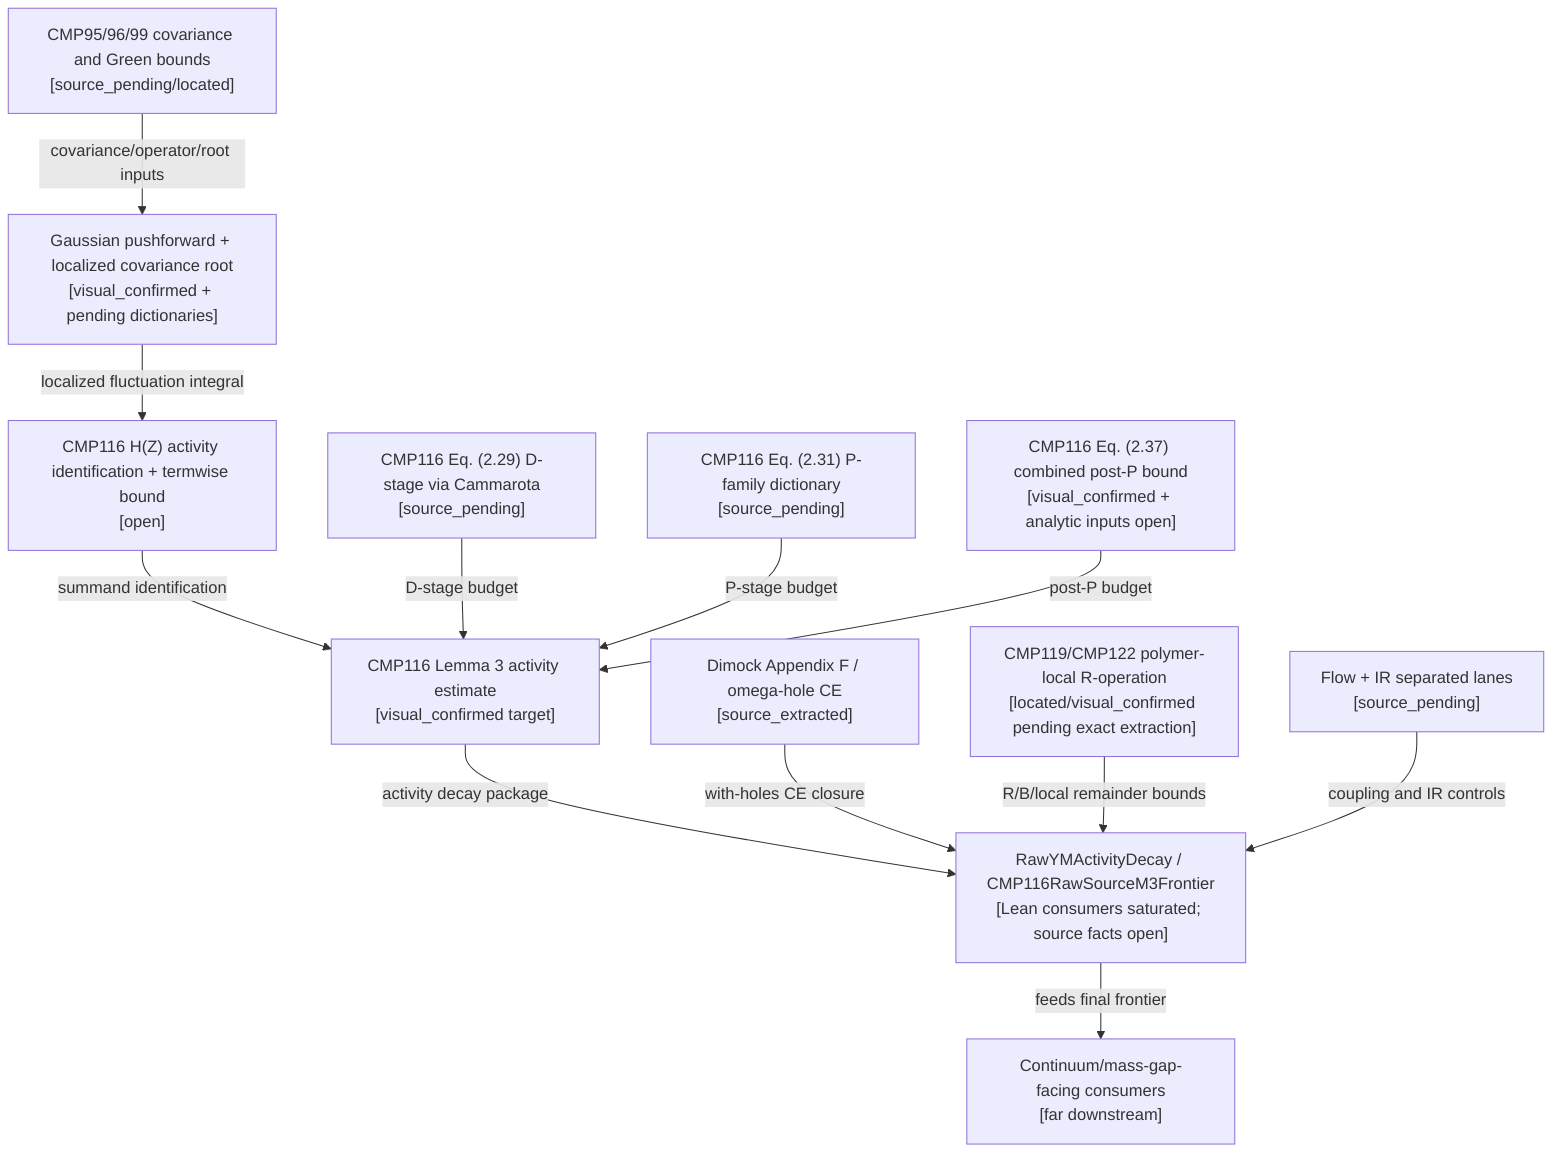
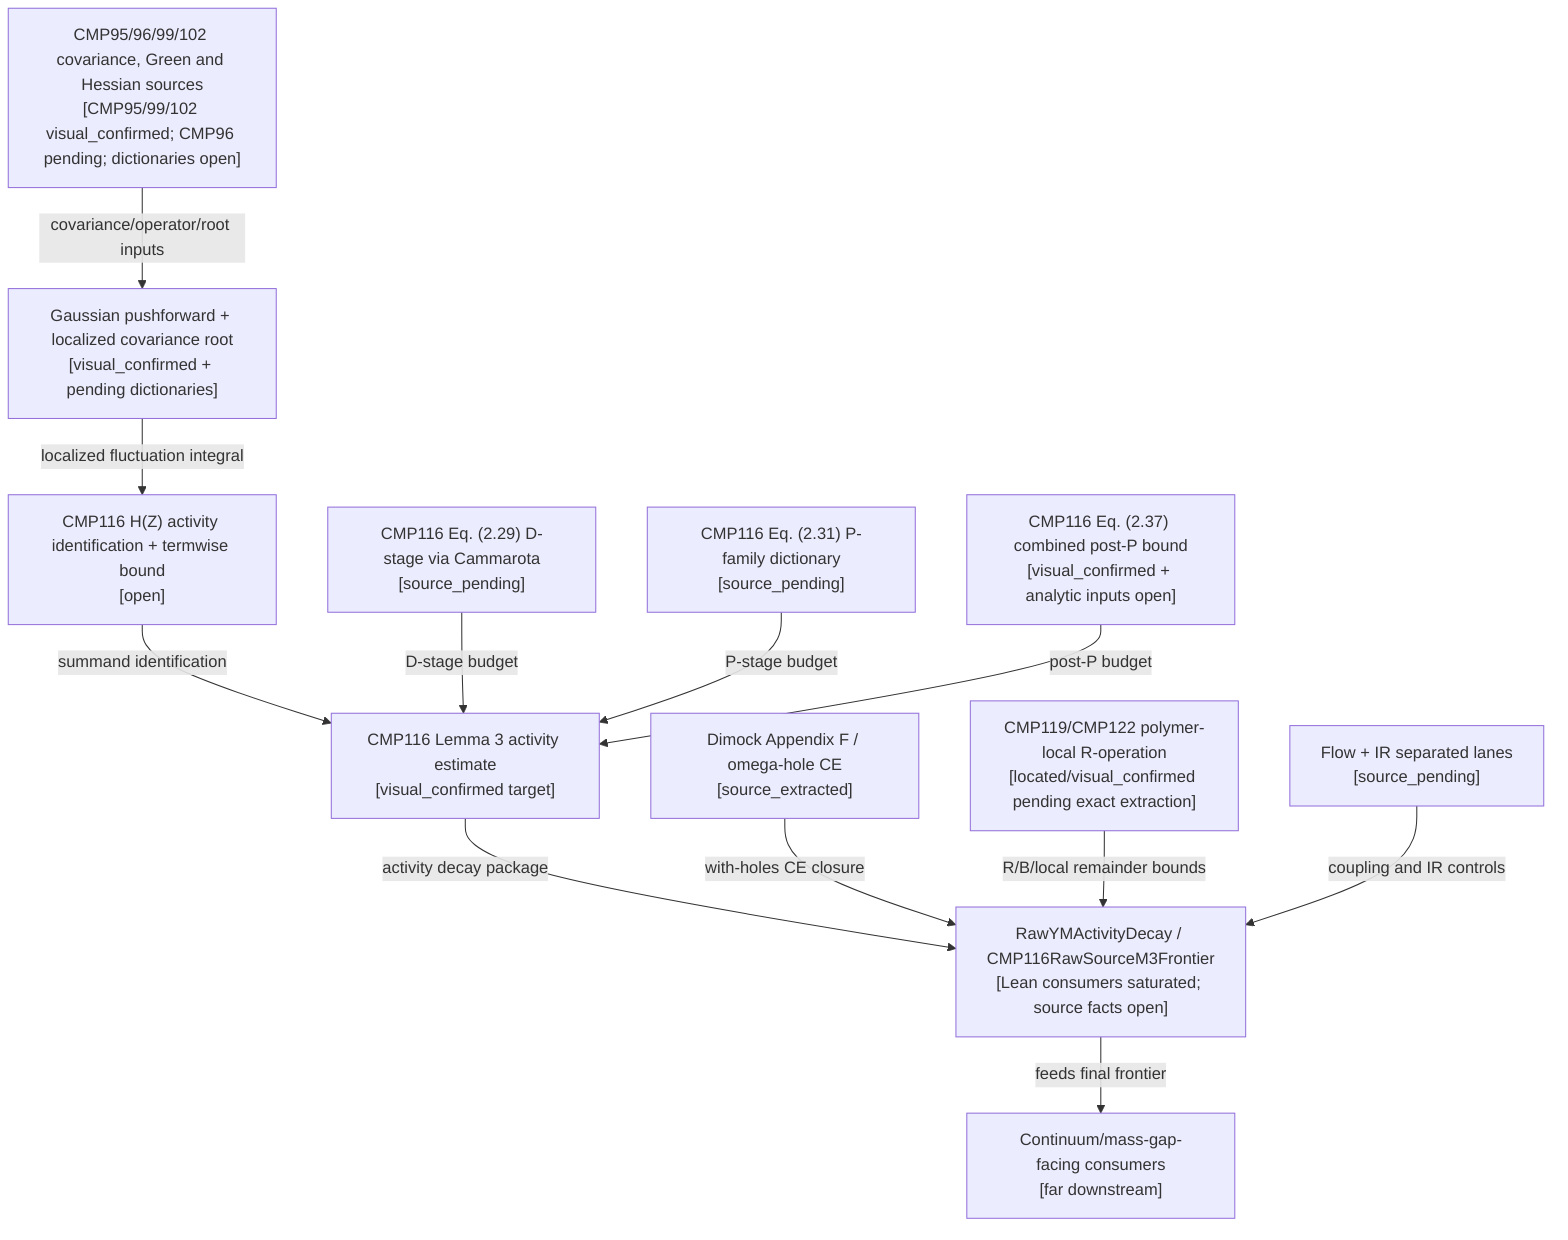
flowchart TD
-   cmp95_96_99["CMP95/96/99 covariance and Green bounds\n[source_pending/located]"]
+   cmp95_96_99_102["CMP95/96/99/102 covariance, Green and Hessian sources\n[CMP95/99/102 visual_confirmed; CMP96 pending; dictionaries open]"]
  gaussian_root["Gaussian pushforward + localized covariance root\n[visual_confirmed + pending dictionaries]"]
  activity_termwise["CMP116 H(Z) activity identification + termwise bound\n[open]"]
  eq229["CMP116 Eq. (2.29) D-stage via Cammarota\n[source_pending]"]
  eq231["CMP116 Eq. (2.31) P-family dictionary\n[source_pending]"]
  eq237["CMP116 Eq. (2.37) combined post-P bound\n[visual_confirmed + analytic inputs open]"]
  lemma3["CMP116 Lemma 3 activity estimate\n[visual_confirmed target]"]
  dimockF["Dimock Appendix F / omega-hole CE\n[source_extracted]"]
  cmp119_122["CMP119/CMP122 polymer-local R-operation\n[located/visual_confirmed pending exact extraction]"]
  flow_ir["Flow + IR separated lanes\n[source_pending]"]
  raw_activity["RawYMActivityDecay / CMP116RawSourceM3Frontier\n[Lean consumers saturated; source facts open]"]
  final["Continuum/mass-gap-facing consumers\n[far downstream]"]
-   cmp95_96_99 -->|covariance/operator/root inputs| gaussian_root
+   cmp95_96_99_102 -->|covariance/operator/root inputs| gaussian_root
  gaussian_root -->|localized fluctuation integral| activity_termwise
  activity_termwise -->|summand identification| lemma3
  eq229 -->|D-stage budget| lemma3
  eq231 -->|P-stage budget| lemma3
  eq237 -->|post-P budget| lemma3
  lemma3 -->|activity decay package| raw_activity
  dimockF -->|with-holes CE closure| raw_activity
  cmp119_122 -->|R/B/local remainder bounds| raw_activity
  flow_ir -->|coupling and IR controls| raw_activity
  raw_activity -->|feeds final frontier| final
